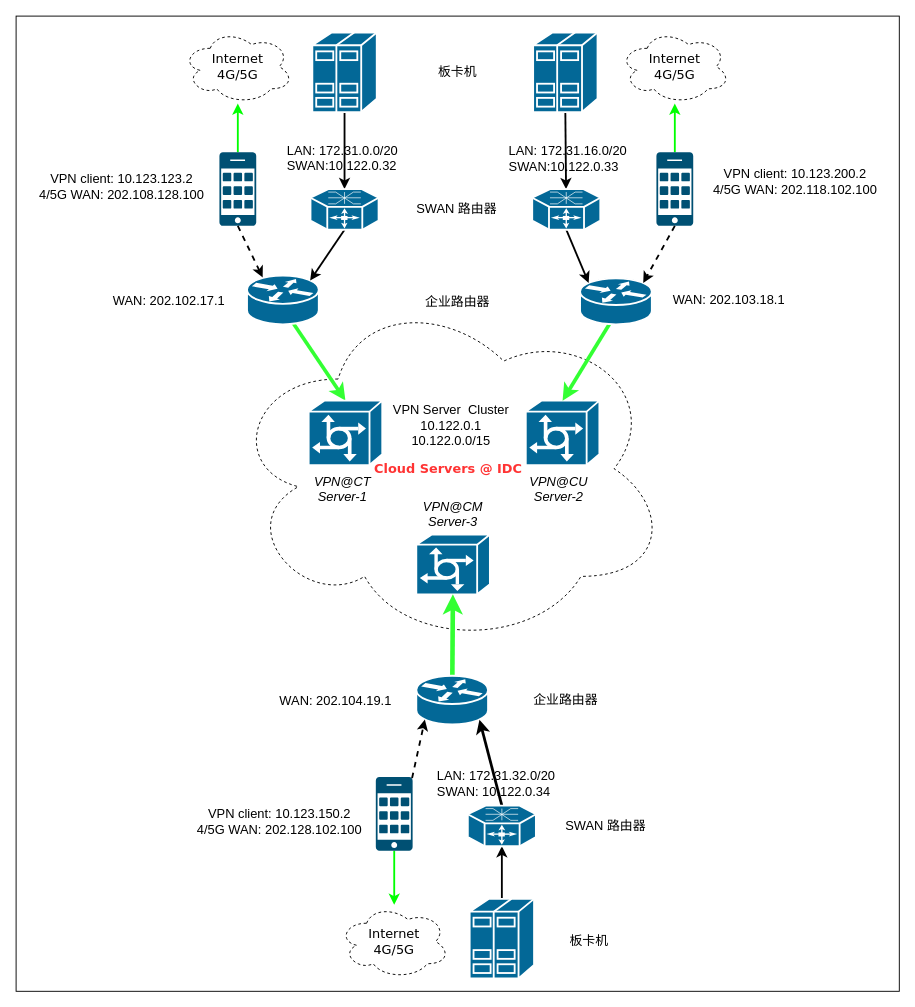
Earlier version of the draw.io diagram Untitled Diagram.drawio (nxtreaming/andy_study). Source tidied: cells renumbered, new cells numbered last; positions are measured from the earlier drawing's top-left corner, leaving out a move shared by most shapes. Both pictures are drawn from the tidied source at 92%, with x=0, y=0 at pixel (16, 16).
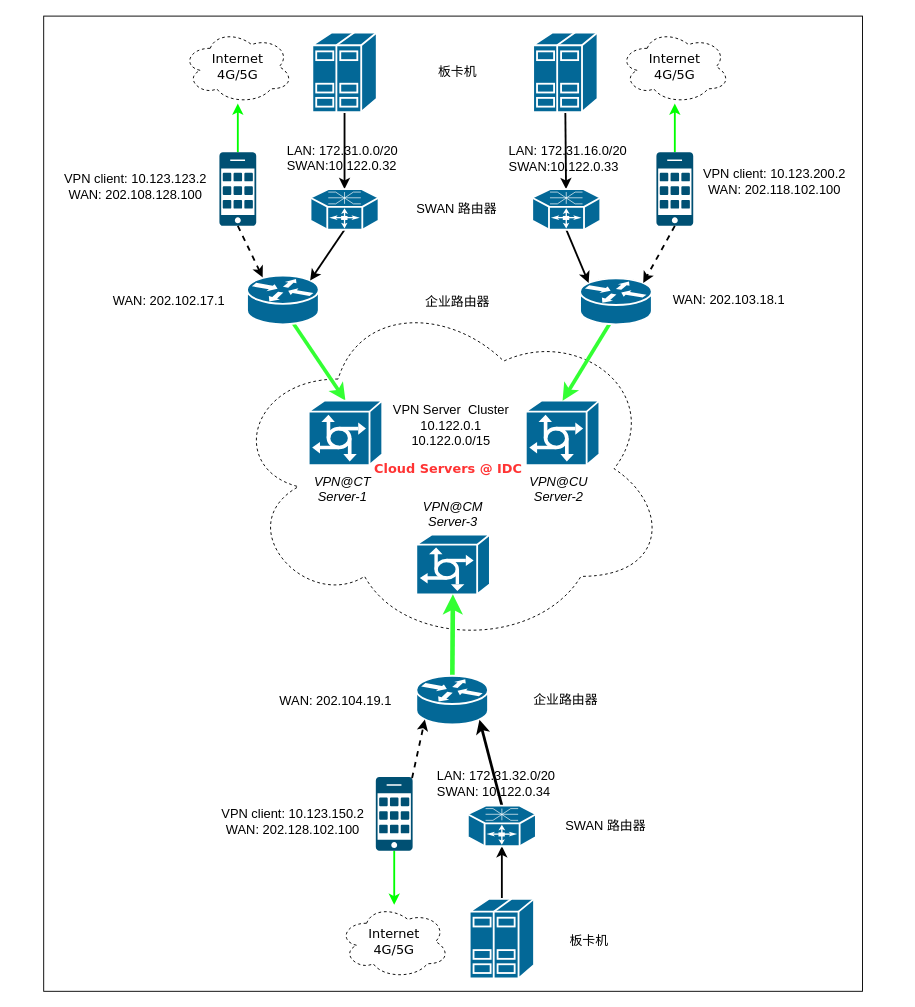
The same diagram, later.

The edit, as a diff of the source:
```diff
@@
     <mxCell id="2" style="whiteSpace=wrap;html=1;fontColor=#0000FF;" parent="1" vertex="1">
-      <mxGeometry width="960" height="1060" as="geometry" />
+      <mxGeometry x="30" width="890" height="1060" as="geometry" />
     </mxCell>
@@
-    <mxCell id="42" value="&lt;font style=&quot;font-size: 14px;&quot;&gt;VPN client: 10.123.123.2&lt;br&gt;4/5G WAN: 202.108.128.100&lt;br&gt;&lt;/font&gt;" style="text;strokeColor=none;align=center;fillColor=none;html=1;verticalAlign=middle;whiteSpace=wrap;rounded=0;" parent="1" vertex="1">
-      <mxGeometry x="16" y="160" width="198" height="50" as="geometry" />
+    <mxCell id="42" value="&lt;font style=&quot;font-size: 14px;&quot;&gt;VPN client: 10.123.123.2&lt;br&gt;WAN: 202.108.128.100&lt;br&gt;&lt;/font&gt;" style="text;strokeColor=none;align=center;fillColor=none;html=1;verticalAlign=middle;whiteSpace=wrap;rounded=0;" parent="1" vertex="1">
+      <mxGeometry x="48" y="160" width="164" height="50" as="geometry" />
     </mxCell>
-    <mxCell id="43" value="&lt;font style=&quot;font-size: 14px;&quot;&gt;VPN client: 10.123.200.2&lt;br&gt;4/5G WAN: 202.118.102.100&lt;br&gt;&lt;/font&gt;" style="text;strokeColor=none;align=center;fillColor=none;html=1;verticalAlign=middle;whiteSpace=wrap;rounded=0;" parent="1" vertex="1">
-      <mxGeometry x="747" y="155" width="200" height="50" as="geometry" />
+    <mxCell id="43" value="&lt;font style=&quot;font-size: 14px;&quot;&gt;VPN client: 10.123.200.2&lt;br&gt;WAN: 202.118.102.100&lt;br&gt;&lt;/font&gt;" style="text;strokeColor=none;align=center;fillColor=none;html=1;verticalAlign=middle;whiteSpace=wrap;rounded=0;" parent="1" vertex="1">
+      <mxGeometry x="743" y="155" width="163" height="50" as="geometry" />
     </mxCell>
-    <mxCell id="44" value="&lt;font style=&quot;font-size: 14px;&quot;&gt;VPN client: 10.123.150.2&lt;br&gt;4/5G WAN: 202.128.102.100&lt;br&gt;&lt;/font&gt;" style="text;strokeColor=none;align=center;fillColor=none;html=1;verticalAlign=middle;whiteSpace=wrap;rounded=0;" parent="1" vertex="1">
-      <mxGeometry x="187" y="850" width="199" height="50.9" as="geometry" />
+    <mxCell id="44" value="&lt;font style=&quot;font-size: 14px;&quot;&gt;VPN client: 10.123.150.2&lt;br&gt;WAN: 202.128.102.100&lt;br&gt;&lt;/font&gt;" style="text;strokeColor=none;align=center;fillColor=none;html=1;verticalAlign=middle;whiteSpace=wrap;rounded=0;" parent="1" vertex="1">
+      <mxGeometry x="218" y="850" width="166" height="50.9" as="geometry" />
     </mxCell>
```
